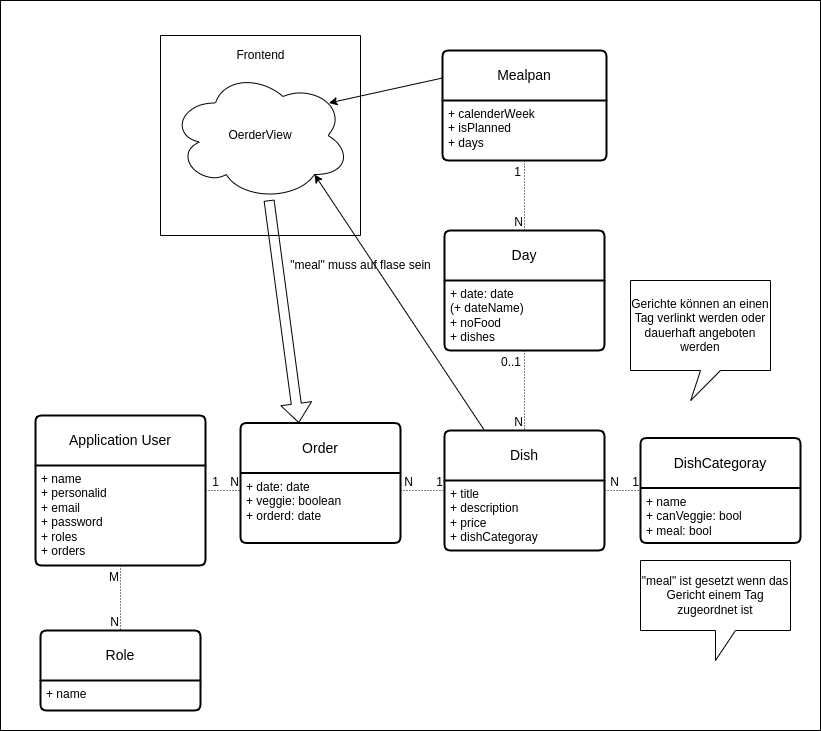
Above: docs/resources/Database.png in Golo300/Kantinerado (draw.io), before the change. Source tidied: cells renumbered, new cells last; positions are measured from the earlier drawing's top-left corner, leaving out a move shared by most shapes.
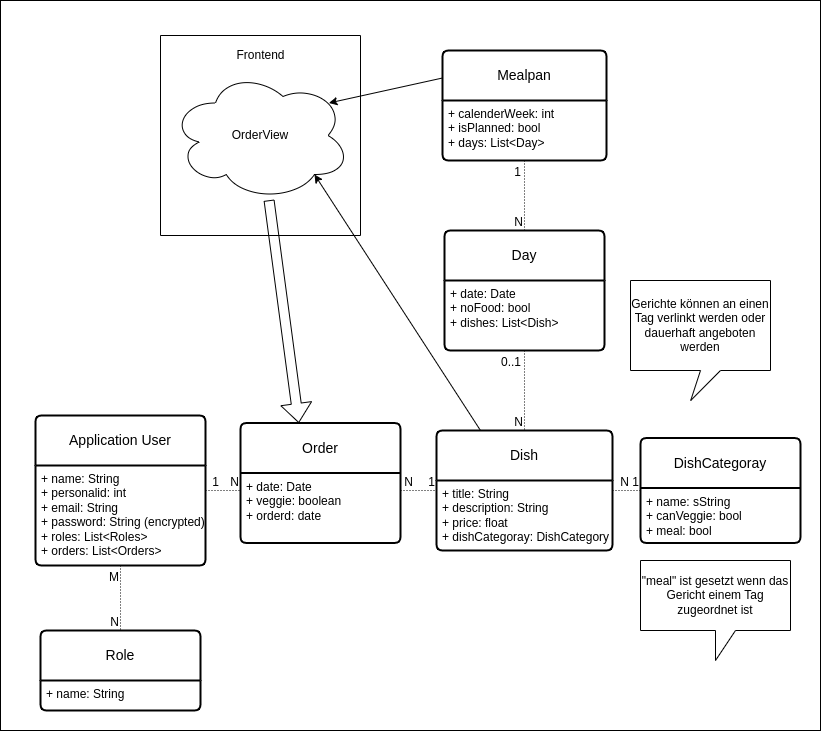
The same diagram one commit later.

Change to the diagram source:
```diff
@@ -8,25 +8,25 @@
     <mxCell id="3" value="Application User" style="swimlane;horizontal=1;startSize=50;rounded=1;fontSize=14;fontStyle=0;strokeWidth=2;shadow=0;dashed=0;align=center;arcSize=4;whiteSpace=wrap;html=1;" parent="1" vertex="1">
       <mxGeometry x="35" y="415" width="170" height="150" as="geometry" />
     </mxCell>
-    <mxCell id="4" value="+ name&lt;br&gt;+ personalid&lt;br&gt;+ email&lt;br&gt;+ password&lt;br&gt;+ roles&lt;br&gt;+ orders" style="align=left;strokeColor=none;fillColor=none;spacingLeft=4;fontSize=12;verticalAlign=top;html=1;" parent="3" vertex="1">
+    <mxCell id="4" value="+ name: String&lt;br&gt;+ personalid: int&lt;br&gt;+ email: String&lt;br&gt;+ password: String (encrypted)&lt;br&gt;+ roles: List&amp;lt;Roles&amp;gt;&lt;br&gt;+ orders: List&amp;lt;Orders&amp;gt;" style="align=left;strokeColor=none;fillColor=none;spacingLeft=4;fontSize=12;verticalAlign=top;html=1;" parent="3" vertex="1">
       <mxGeometry y="50" width="170" height="100" as="geometry" />
     </mxCell>
     <mxCell id="5" value="Role" style="swimlane;horizontal=1;startSize=50;rounded=1;fontSize=14;fontStyle=0;strokeWidth=2;shadow=0;dashed=0;align=center;arcSize=4;whiteSpace=wrap;html=1;" parent="1" vertex="1">
       <mxGeometry x="40" y="630" width="160" height="80" as="geometry" />
     </mxCell>
-    <mxCell id="6" value="+ name" style="align=left;strokeColor=none;fillColor=none;spacingLeft=4;fontSize=12;verticalAlign=top;html=1;" parent="5" vertex="1">
+    <mxCell id="6" value="+ name: String" style="align=left;strokeColor=none;fillColor=none;spacingLeft=4;fontSize=12;verticalAlign=top;html=1;" parent="5" vertex="1">
       <mxGeometry y="50" width="160" height="30" as="geometry" />
     </mxCell>
     <mxCell id="7" value="Mealpan" style="swimlane;horizontal=1;startSize=50;rounded=1;fontSize=14;fontStyle=0;strokeWidth=2;shadow=0;dashed=0;align=center;arcSize=4;whiteSpace=wrap;html=1;" parent="1" vertex="1">
       <mxGeometry x="442" y="50" width="164" height="110" as="geometry" />
     </mxCell>
-    <mxCell id="8" value="+ calenderWeek&lt;br&gt;+ isPlanned&lt;br&gt;+ days" style="align=left;strokeColor=none;fillColor=none;spacingLeft=4;fontSize=12;verticalAlign=top;html=1;" parent="7" vertex="1">
+    <mxCell id="8" value="+ calenderWeek: int&lt;br&gt;+ isPlanned: bool&lt;br&gt;+ days: List&amp;lt;Day&amp;gt;" style="align=left;strokeColor=none;fillColor=none;spacingLeft=4;fontSize=12;verticalAlign=top;html=1;" parent="7" vertex="1">
       <mxGeometry y="50" width="164" height="60" as="geometry" />
     </mxCell>
     <mxCell id="9" value="Day" style="swimlane;horizontal=1;startSize=50;rounded=1;fontSize=14;fontStyle=0;strokeWidth=2;shadow=0;dashed=0;align=center;arcSize=4;whiteSpace=wrap;html=1;" parent="1" vertex="1">
       <mxGeometry x="444" y="230" width="160" height="120" as="geometry" />
     </mxCell>
-    <mxCell id="10" value="+ date: date&lt;br&gt;(+ dateName)&lt;br&gt;+ noFood&lt;br&gt;+ dishes" style="align=left;strokeColor=none;fillColor=none;spacingLeft=4;fontSize=12;verticalAlign=top;html=1;" parent="9" vertex="1">
+    <mxCell id="10" value="+ date: Date&lt;br&gt;+ noFood: bool&lt;br&gt;+ dishes: List&amp;lt;Dish&amp;gt;" style="align=left;strokeColor=none;fillColor=none;spacingLeft=4;fontSize=12;verticalAlign=top;html=1;" parent="9" vertex="1">
       <mxGeometry y="50" width="160" height="70" as="geometry" />
     </mxCell>
     <mxCell id="11" style="endArrow=none;html=1;rounded=0;dashed=1;dashPattern=1 2;exitX=0.5;exitY=1;exitDx=0;exitDy=0;entryX=0.5;entryY=0;entryDx=0;entryDy=0;" parent="1" edge="1" source="8" target="9">
@@ -36,10 +36,10 @@
       <mxGeometry x="1" relative="1" as="geometry" />
     </mxCell>
     <mxCell id="13" value="Dish" style="swimlane;horizontal=1;startSize=50;rounded=1;fontSize=14;fontStyle=0;strokeWidth=2;shadow=0;dashed=0;align=center;arcSize=4;whiteSpace=wrap;html=1;" parent="1" vertex="1">
-      <mxGeometry x="444" y="430" width="160" height="120" as="geometry" />
+      <mxGeometry x="436" y="430" width="176" height="120" as="geometry" />
     </mxCell>
-    <mxCell id="14" value="+ title&lt;br&gt;+ description&lt;br&gt;+ price&lt;br&gt;+ dishCategoray" style="align=left;strokeColor=none;fillColor=none;spacingLeft=4;fontSize=12;verticalAlign=top;html=1;" parent="13" vertex="1">
-      <mxGeometry y="50" width="160" height="70" as="geometry" />
+    <mxCell id="14" value="+ title: String&lt;br&gt;+ description: String&lt;br&gt;+ price: float&lt;br&gt;+ dishCategoray: DishCategory" style="align=left;strokeColor=none;fillColor=none;spacingLeft=4;fontSize=12;verticalAlign=top;html=1;" parent="13" vertex="1">
+      <mxGeometry y="50" width="176" height="70" as="geometry" />
     </mxCell>
     <mxCell id="15" style="endArrow=none;html=1;rounded=0;dashed=1;dashPattern=1 2;exitX=0.5;exitY=1;exitDx=0;exitDy=0;entryX=0.5;entryY=0;entryDx=0;entryDy=0;" parent="1" edge="1" source="10" target="13">
       <mxGeometry relative="1" as="geometry" />
@@ -50,7 +50,7 @@
     <mxCell id="17" value="DishCategoray" style="swimlane;horizontal=1;startSize=50;rounded=1;fontSize=14;fontStyle=0;strokeWidth=2;shadow=0;dashed=0;align=center;arcSize=4;whiteSpace=wrap;html=1;" parent="1" vertex="1">
       <mxGeometry x="640" y="437.5" width="160" height="105" as="geometry" />
     </mxCell>
-    <mxCell id="18" value="+ name&lt;br&gt;+ canVeggie: bool&lt;br&gt;+ meal: bool" style="align=left;strokeColor=none;fillColor=none;spacingLeft=4;fontSize=12;verticalAlign=top;html=1;" parent="17" vertex="1">
+    <mxCell id="18" value="+ name: sString&lt;br&gt;+ canVeggie: bool&lt;br&gt;+ meal: bool" style="align=left;strokeColor=none;fillColor=none;spacingLeft=4;fontSize=12;verticalAlign=top;html=1;" parent="17" vertex="1">
       <mxGeometry y="50" width="160" height="55" as="geometry" />
     </mxCell>
     <mxCell id="19" style="endArrow=none;html=1;rounded=0;dashed=1;dashPattern=1 2;" parent="1" edge="1" source="13" target="17">
@@ -58,7 +58,7 @@
     </mxCell>
     <mxCell id="20" value="N" style="html=1;whiteSpace=wrap;align=right;verticalAlign=bottom;" parent="19" vertex="1">
       <mxGeometry x="1" relative="1" as="geometry">
-        <mxPoint x="-20" as="offset" />
+        <mxPoint x="-10" as="offset" />
       </mxGeometry>
     </mxCell>
     <mxCell id="21" style="endArrow=none;html=1;rounded=0;dashed=1;dashPattern=1 2;exitX=1;exitY=0.25;exitDx=0;exitDy=0;entryX=0;entryY=0.25;entryDx=0;entryDy=0;" parent="1" edge="1" source="4" target="26">
@@ -76,7 +76,7 @@
     <mxCell id="25" value="Order" style="swimlane;horizontal=1;startSize=50;rounded=1;fontSize=14;fontStyle=0;strokeWidth=2;shadow=0;dashed=0;align=center;arcSize=4;whiteSpace=wrap;html=1;" parent="1" vertex="1">
       <mxGeometry x="240" y="422.5" width="160" height="120" as="geometry" />
     </mxCell>
-    <mxCell id="26" value="+ date: date&lt;br&gt;+ veggie: boolean&lt;br&gt;+ orderd: date" style="align=left;strokeColor=none;fillColor=none;spacingLeft=4;fontSize=12;verticalAlign=top;html=1;" parent="25" vertex="1">
+    <mxCell id="26" value="+ date: Date&lt;br&gt;+ veggie: boolean&lt;br&gt;+ orderd: date" style="align=left;strokeColor=none;fillColor=none;spacingLeft=4;fontSize=12;verticalAlign=top;html=1;" parent="25" vertex="1">
       <mxGeometry y="50" width="160" height="70" as="geometry" />
     </mxCell>
     <mxCell id="27" style="endArrow=none;html=1;rounded=0;dashed=1;dashPattern=1 2;exitX=1;exitY=0.25;exitDx=0;exitDy=0;entryX=0;entryY=0.5;entryDx=0;entryDy=0;" parent="1" edge="1" source="26" target="13">
@@ -91,12 +91,9 @@
     <mxCell id="30" value="&quot;meal&quot; ist gesetzt wenn das Gericht einem Tag zugeordnet ist" style="shape=callout;whiteSpace=wrap;html=1;perimeter=calloutPerimeter;" parent="1" vertex="1">
       <mxGeometry x="640" y="560" width="150" height="100" as="geometry" />
     </mxCell>
-    <mxCell id="31" value="OerderView" style="ellipse;shape=cloud;whiteSpace=wrap;html=1;align=center;" parent="1" vertex="1">
+    <mxCell id="31" value="OrderView" style="ellipse;shape=cloud;whiteSpace=wrap;html=1;align=center;" parent="1" vertex="1">
       <mxGeometry x="170" y="70" width="180" height="130" as="geometry" />
     </mxCell>
-    <mxCell id="32" value="&quot;meal&quot; muss auf flase sein" style="text;html=1;align=center;verticalAlign=middle;strokeColor=none;fillColor=none;" parent="1" vertex="1">
-      <mxGeometry x="280" y="250" width="160" height="30" as="geometry" />
-    </mxCell>
     <mxCell id="33" style="endArrow=classic;html=1;rounded=0;entryX=0.8;entryY=0.8;entryDx=0;entryDy=0;entryPerimeter=0;exitX=0.25;exitY=0;exitDx=0;exitDy=0;" parent="1" edge="1" source="13" target="31">
       <mxGeometry relative="1" as="geometry" />
     </mxCell>
```
